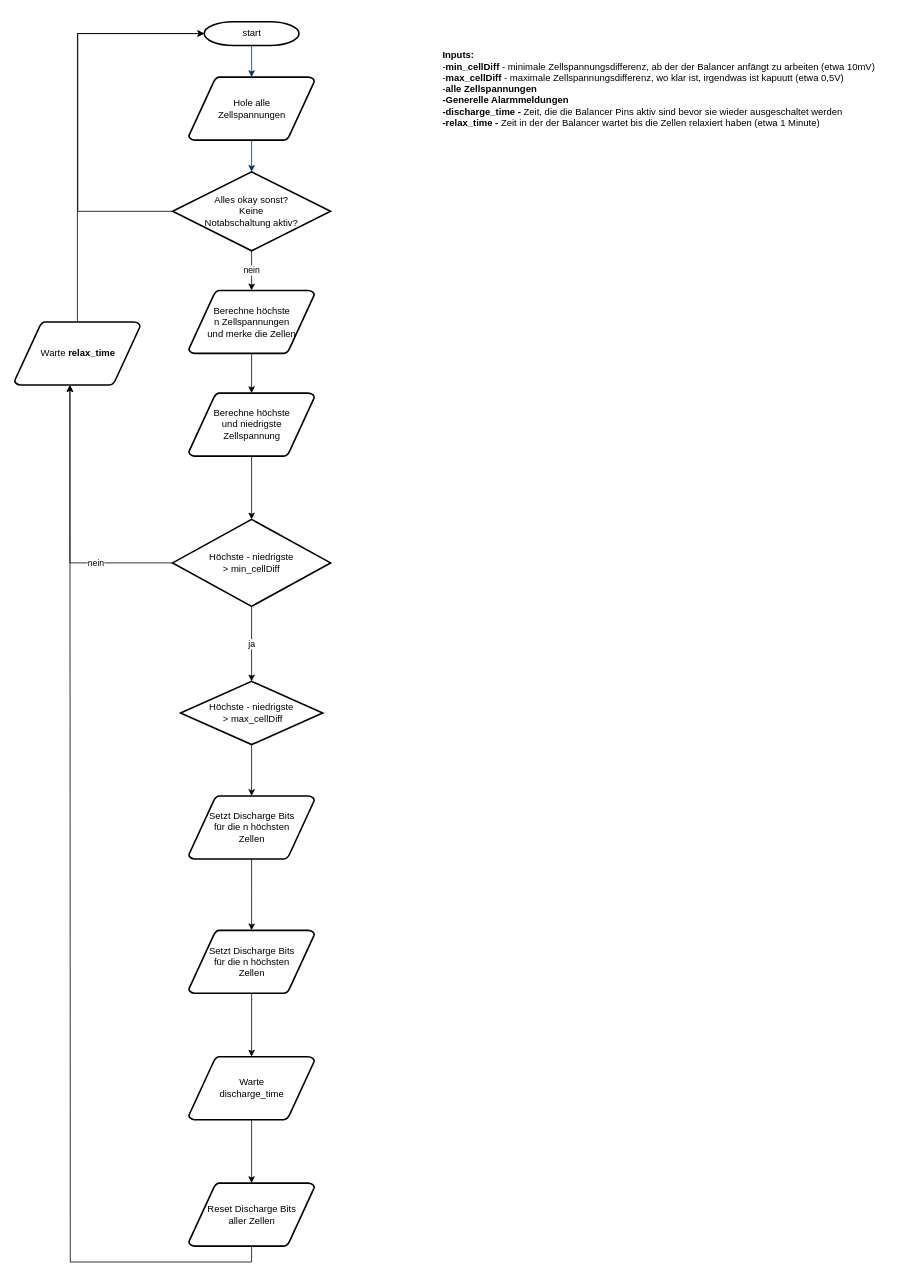
The draw.io diagram Balancer Flowchart.drawio in SunshadeCorp/EasyBMS-master, before the edit. Source tidied: cells renumbered, new cells numbered last; positions are measured from the earlier drawing's top-left corner, leaving out a move shared by most shapes. Both pictures are drawn from the tidied source at 79%, with x=0, y=0 at pixel (14, 13).
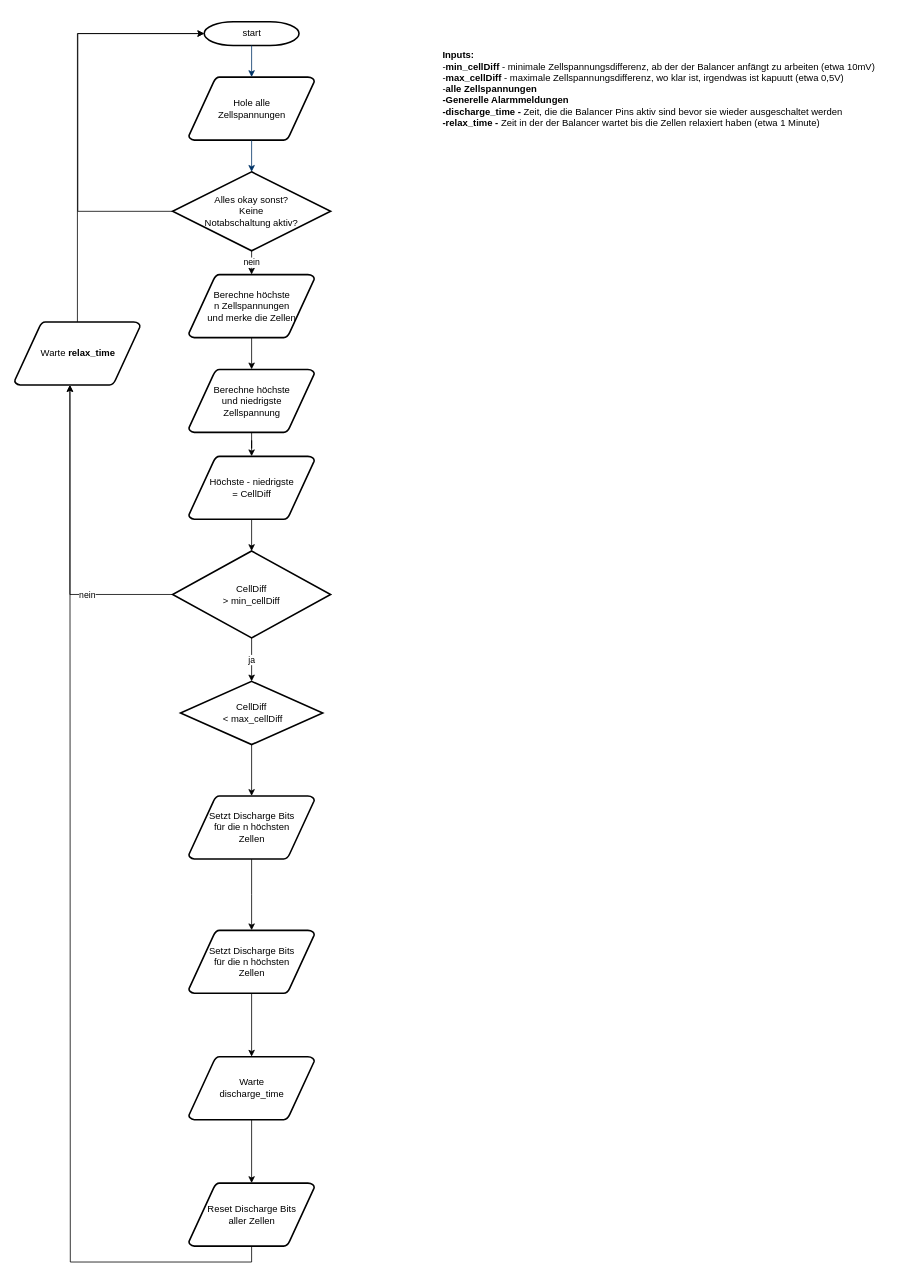
The same page after the edit.

Commit message:
celldiff introduced

Change to the diagram source:
```diff
@@
     <mxCell id="10" value="&lt;div&gt;Berechne höchste&lt;/div&gt;&lt;div&gt; n Zellspannungen&lt;/div&gt;&lt;div&gt;und merke die Zellen&lt;br&gt;&lt;/div&gt;" style="shape=mxgraph.flowchart.data;strokeWidth=2;gradientColor=none;gradientDirection=north;fontStyle=0;html=1;" parent="1" vertex="1">
-      <mxGeometry x="220.5" y="350" width="159" height="80" as="geometry" />
+      <mxGeometry x="220.5" y="330" width="159" height="80" as="geometry" />
     </mxCell>
-    <mxCell id="11" style="edgeStyle=orthogonalEdgeStyle;rounded=0;jettySize=auto;html=1;" parent="1" edge="1" source="12" target="17">
+    <mxCell id="11" style="edgeStyle=orthogonalEdgeStyle;rounded=0;jettySize=auto;html=1;entryX=0.5;entryY=0;entryDx=0;entryDy=0;entryPerimeter=0;" parent="1" edge="1" source="12" target="32">
       <mxGeometry relative="1" as="geometry" />
     </mxCell>
     <mxCell id="12" value="&lt;div&gt;Berechne höchste &lt;br&gt;&lt;/div&gt;&lt;div&gt;und niedrigste&lt;/div&gt;&lt;div&gt; Zellspannung&lt;/div&gt;" style="shape=mxgraph.flowchart.data;strokeWidth=2;gradientColor=none;gradientDirection=north;fontStyle=0;html=1;" parent="1" vertex="1">
-      <mxGeometry x="220.5" y="480" width="159" height="80" as="geometry" />
+      <mxGeometry x="220.5" y="450" width="159" height="80" as="geometry" />
     </mxCell>
     <mxCell id="13" style="edgeStyle=orthogonalEdgeStyle;rounded=0;jettySize=auto;html=1;exitX=0;exitY=0.5;exitDx=0;exitDy=0;" parent="1" edge="1" source="17">
       <mxGeometry relative="1" as="geometry">
         <mxPoint x="70" y="470" as="targetPoint" />
         <Array as="points">
-          <mxPoint x="70" y="695" />
+          <mxPoint x="70" y="735" />
         </Array>
       </mxGeometry>
     </mxCell>
@@
-    <mxCell id="17" value="&lt;div&gt;Höchste - niedrigste&lt;/div&gt;&lt;div&gt; &amp;gt; min_cellDiff &lt;/div&gt;" style="rhombus;whiteSpace=wrap;html=1;fontStyle=0;strokeWidth=2;gradientDirection=north;" parent="1" vertex="1">
-      <mxGeometry x="200" y="640" width="200" height="110" as="geometry" />
+    <mxCell id="17" value="&lt;div&gt;CellDiff&lt;/div&gt;&lt;div&gt; &amp;gt; min_cellDiff &lt;/div&gt;" style="rhombus;whiteSpace=wrap;html=1;fontStyle=0;strokeWidth=2;gradientDirection=north;" parent="1" vertex="1">
+      <mxGeometry x="200" y="680" width="200" height="110" as="geometry" />
     </mxCell>
@@
-    <mxCell id="22" value="&lt;div&gt;Höchste - niedrigste&lt;/div&gt;&lt;div&gt;&amp;nbsp;&amp;gt; max_cellDiff &lt;/div&gt;" style="rhombus;whiteSpace=wrap;html=1;fontStyle=0;strokeWidth=2;gradientDirection=north;" parent="1" vertex="1">
+    <mxCell id="22" value="&lt;div&gt;CellDiff&lt;/div&gt;&lt;div&gt;&amp;nbsp;&amp;lt; max_cellDiff &lt;/div&gt;" style="rhombus;whiteSpace=wrap;html=1;fontStyle=0;strokeWidth=2;gradientDirection=north;" parent="1" vertex="1">
       <mxGeometry x="210" y="845" width="180" height="80" as="geometry" />
     </mxCell>
@@
+    <mxCell id="31" style="edgeStyle=orthogonalEdgeStyle;rounded=0;jettySize=auto;html=1;" parent="1" edge="1" source="32" target="17">
+      <mxGeometry relative="1" as="geometry" />
+    </mxCell>
+    <mxCell id="32" value="&lt;div&gt;&lt;div&gt;Höchste - niedrigste&lt;/div&gt;&lt;div&gt;= CellDiff&lt;/div&gt;&lt;/div&gt;" style="shape=mxgraph.flowchart.data;strokeWidth=2;gradientColor=none;gradientDirection=north;fontStyle=0;html=1;" parent="1" vertex="1">
+      <mxGeometry x="220.5" y="560" width="159" height="80" as="geometry" />
+    </mxCell>
```
